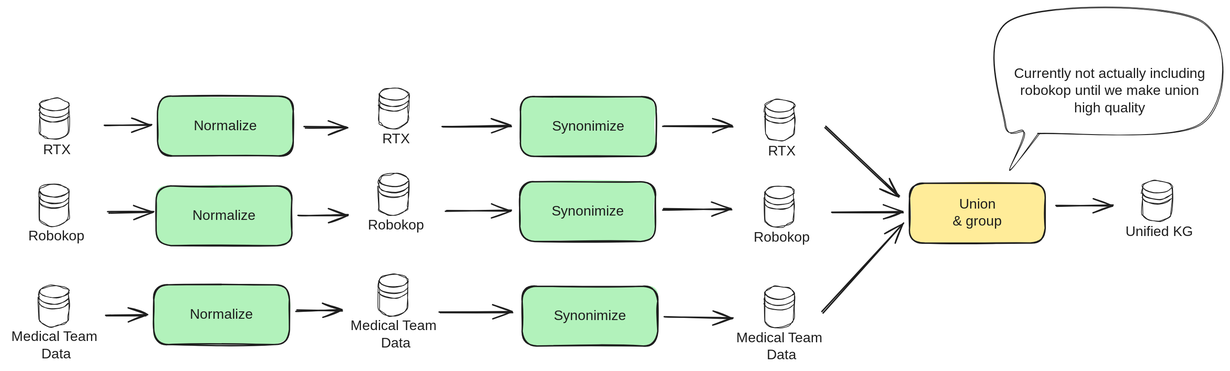
The Excalidraw diagram docs/src/assets/img/kg_integration_approach.excalidraw.svg in everycure-org/matrix, before a commit. Source tidied: one line per element, renumbered; positions are measured from the earlier drawing's top-left corner, leaving out a move shared by most shapes.
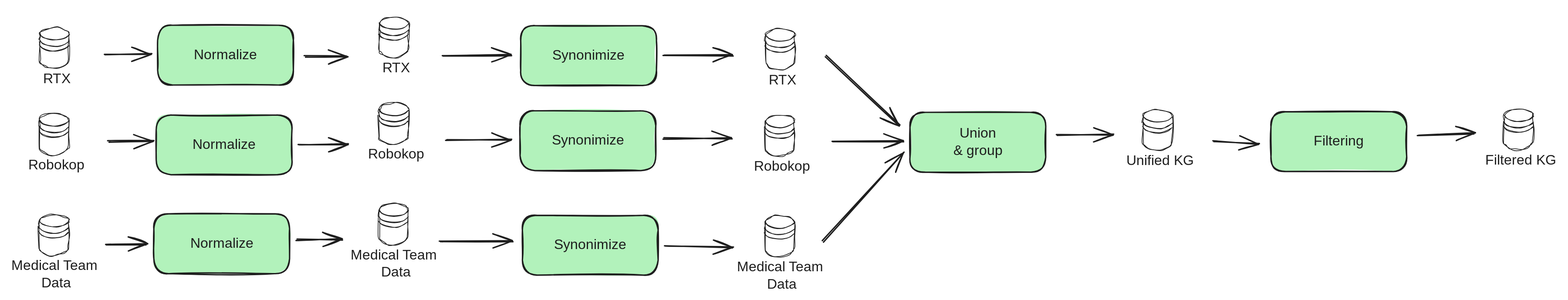
The same file after the commit.

Change to the diagram source:
```diff
@@ -24,7 +24,7 @@
 {"id": 23, "type": "text", "text": "Normalize", "strokeColor": "#1e1e1e", "strokeWidth": 2, "roughness": 1, "fontSize": 20, "fontFamily": 1, "textAlign": "center", "verticalAlign": "middle", "inside": 22, "x": 267, "y": 416, "width": 91, "height": 25}
 {"id": 24, "type": "rectangle", "strokeColor": "#1e1e1e", "backgroundColor": "#b2f2bb", "fillStyle": "solid", "strokeWidth": 2, "roughness": 1, "round": true, "x": 746, "y": 235, "width": 197, "height": 87}
 {"id": 25, "type": "text", "text": "Synonimize", "strokeColor": "#1e1e1e", "strokeWidth": 2, "roughness": 1, "fontSize": 20, "fontFamily": 1, "textAlign": "center", "verticalAlign": "middle", "inside": 24, "x": 797, "y": 266, "width": 95, "height": 25}
-{"id": 26, "type": "rectangle", "strokeColor": "#1e1e1e", "backgroundColor": "#ffec99", "fillStyle": "solid", "strokeWidth": 2, "roughness": 1, "round": true, "x": 1312, "y": 238, "width": 197, "height": 87}
+{"id": 26, "type": "rectangle", "strokeColor": "#1e1e1e", "backgroundColor": "#b2f2bb", "fillStyle": "solid", "strokeWidth": 2, "roughness": 1, "round": true, "x": 1312, "y": 238, "width": 197, "height": 87}
 {"id": 27, "type": "text", "text": "Union\n& group", "strokeColor": "#1e1e1e", "strokeWidth": 2, "roughness": 1, "fontSize": 20, "fontFamily": 1, "textAlign": "center", "verticalAlign": "middle", "inside": 26, "x": 1373, "y": 256, "width": 75, "height": 50}
 {"id": 28, "type": "rectangle", "strokeColor": "#1e1e1e", "backgroundColor": "#b2f2bb", "fillStyle": "solid", "strokeWidth": 2, "roughness": 1, "round": true, "x": 747, "y": 112, "width": 197, "height": 87}
 {"id": 29, "type": "text", "text": "Synonimize", "strokeColor": "#1e1e1e", "strokeWidth": 2, "roughness": 1, "fontSize": 20, "fontFamily": 1, "textAlign": "center", "verticalAlign": "middle", "inside": 28, "x": 798, "y": 143, "width": 95, "height": 25}
@@ -52,8 +52,6 @@
 {"id": 51, "type": "arrow", "strokeColor": "#1e1e1e", "strokeWidth": 2, "roughness": 1, "endArrowhead": "arrow", "round": true, "from": 80, "to": 26, "x": 1199, "y": 279, "width": 103, "height": 0, "points": [[0, 0], [103, 0]]}
 {"id": 52, "type": "arrow", "strokeColor": "#1e1e1e", "strokeWidth": 2, "roughness": 1, "endArrowhead": "arrow", "round": true, "from": 86, "to": 26, "x": 1186, "y": 425, "width": 118, "height": 129, "points": [[0, 0], [118, -129]]}
 {"id": 53, "type": "arrow", "strokeColor": "#1e1e1e", "strokeWidth": 2, "roughness": 1, "endArrowhead": "arrow", "round": true, "from": 26, "to": 32, "x": 1526, "y": 271, "width": 82, "height": 2, "points": [[0, 0], [82, -2]]}
-{"id": 54, "type": "line", "strokeColor": "#1e1e1e", "strokeWidth": 1, "roughness": 1, "round": true, "x": 1499, "y": 165, "width": 285, "height": 219, "points": [[0, 0], [237, -13], [236, -165], [-41, -165], [-48, -14], [-21, -1], [-41, 53], [1, -1]]}
-{"id": 55, "type": "text", "text": "Currently not actually including\nrobokop until we make union\nhigh quality", "strokeColor": "#1e1e1e", "strokeWidth": 1, "roughness": 1, "fontSize": 20, "fontFamily": 1, "textAlign": "center", "x": 1451, "y": 66, "width": 304, "height": 75}
 {"id": 56, "type": "ellipse", "strokeColor": "#1e1e1e", "strokeWidth": 1, "roughness": 1, "opacity": 0, "round": true, "x": 507, "y": 84, "width": 117, "height": 117}
 {"id": 57, "type": "text", "text": "RTX", "strokeColor": "#1e1e1e", "strokeWidth": 1, "roughness": 1, "fontSize": 20, "fontFamily": 1, "textAlign": "center", "round": true, "x": 545, "y": 161, "width": 42, "height": 25}
 {"id": 58, "type": "line", "strokeColor": "#1e1e1e", "strokeWidth": 1, "roughness": 1, "round": true, "x": 541, "y": 117, "width": 43, "height": 59, "points": [[0, 0], [0, 28], [2, 33], [7, 38], [16, 41], [26, 40], [35, 37], [41, 32], [42, 27], [43, 11], [43, -6], [43, -12], [38, -16], [27, -19], [15, -18], [6, -16], [1, -12], [0, -7], [0, 0]]}
@@ -90,3 +88,13 @@
 {"id": 89, "type": "line", "strokeColor": "#1e1e1e", "strokeWidth": 1, "roughness": 1, "round": true, "x": 1102, "y": 397, "width": 43, "height": 9, "points": [[0, 0], [5, 5], [15, 9], [26, 9], [36, 6], [43, 1]]}
 {"id": 90, "type": "line", "strokeColor": "#1e1e1e", "strokeWidth": 1, "roughness": 1, "round": true, "x": 1101, "y": 406, "width": 43, "height": 9, "points": [[0, 0], [5, 5], [15, 9], [26, 9], [36, 6], [43, 1]]}
 {"id": 91, "type": "line", "strokeColor": "#1e1e1e", "strokeWidth": 1, "roughness": 1, "round": true, "x": 1101, "y": 413, "width": 43, "height": 9, "points": [[0, 0], [5, 5], [15, 9], [26, 9], [36, 6], [43, 1]]}
+{"id": 92, "type": "rectangle", "strokeColor": "#1e1e1e", "backgroundColor": "#b2f2bb", "fillStyle": "solid", "strokeWidth": 2, "roughness": 1, "round": true, "x": 1837, "y": 237, "width": 197, "height": 87}
+{"id": 93, "type": "text", "text": "Filtering", "strokeColor": "#1e1e1e", "strokeWidth": 2, "roughness": 1, "fontSize": 20, "fontFamily": 1, "textAlign": "center", "verticalAlign": "middle", "inside": 92, "x": 1898, "y": 268, "width": 76, "height": 25}
+{"id": 94, "type": "ellipse", "strokeColor": "#1e1e1e", "strokeWidth": 1, "roughness": 1, "opacity": 0, "x": 2142, "y": 218, "width": 117, "height": 117}
+{"id": 95, "type": "text", "text": "Filtered KG", "strokeColor": "#1e1e1e", "strokeWidth": 1, "roughness": 1, "fontSize": 20, "fontFamily": 1, "textAlign": "center", "x": 2144, "y": 295, "width": 112, "height": 25}
+{"id": 96, "type": "line", "strokeColor": "#1e1e1e", "strokeWidth": 1, "roughness": 1, "round": true, "x": 2175, "y": 252, "width": 43, "height": 59, "points": [[0, 0], [0, 28], [2, 33], [7, 38], [16, 41], [26, 40], [35, 37], [41, 32], [42, 27], [43, 11], [43, -6], [43, -12], [38, -16], [27, -19], [15, -18], [6, -16], [1, -12], [0, -7], [0, 0]]}
+{"id": 97, "type": "line", "strokeColor": "#1e1e1e", "strokeWidth": 1, "roughness": 1, "round": true, "x": 2175, "y": 242, "width": 43, "height": 9, "points": [[0, 0], [5, 5], [15, 9], [26, 9], [36, 6], [43, 1]]}
+{"id": 98, "type": "line", "strokeColor": "#1e1e1e", "strokeWidth": 1, "roughness": 1, "round": true, "x": 2175, "y": 251, "width": 43, "height": 9, "points": [[0, 0], [5, 5], [15, 9], [26, 9], [36, 6], [43, 1]]}
+{"id": 99, "type": "line", "strokeColor": "#1e1e1e", "strokeWidth": 1, "roughness": 1, "round": true, "x": 2175, "y": 258, "width": 43, "height": 9, "points": [[0, 0], [5, 5], [15, 9], [26, 9], [36, 6], [43, 1]]}
+{"id": 100, "type": "arrow", "strokeColor": "#1e1e1e", "strokeWidth": 2, "roughness": 1, "endArrowhead": "arrow", "round": true, "from": 92, "to": 94, "x": 2050, "y": 270, "width": 82, "height": 2, "points": [[0, 0], [82, -2]]}
+{"id": 101, "type": "arrow", "strokeColor": "#1e1e1e", "backgroundColor": "#b2f2bb", "fillStyle": "solid", "strokeWidth": 2, "roughness": 1, "endArrowhead": "arrow", "round": true, "from": 32, "to": 92, "x": 1753, "y": 280, "width": 67, "height": 3, "points": [[0, 0], [67, 3]]}
```
